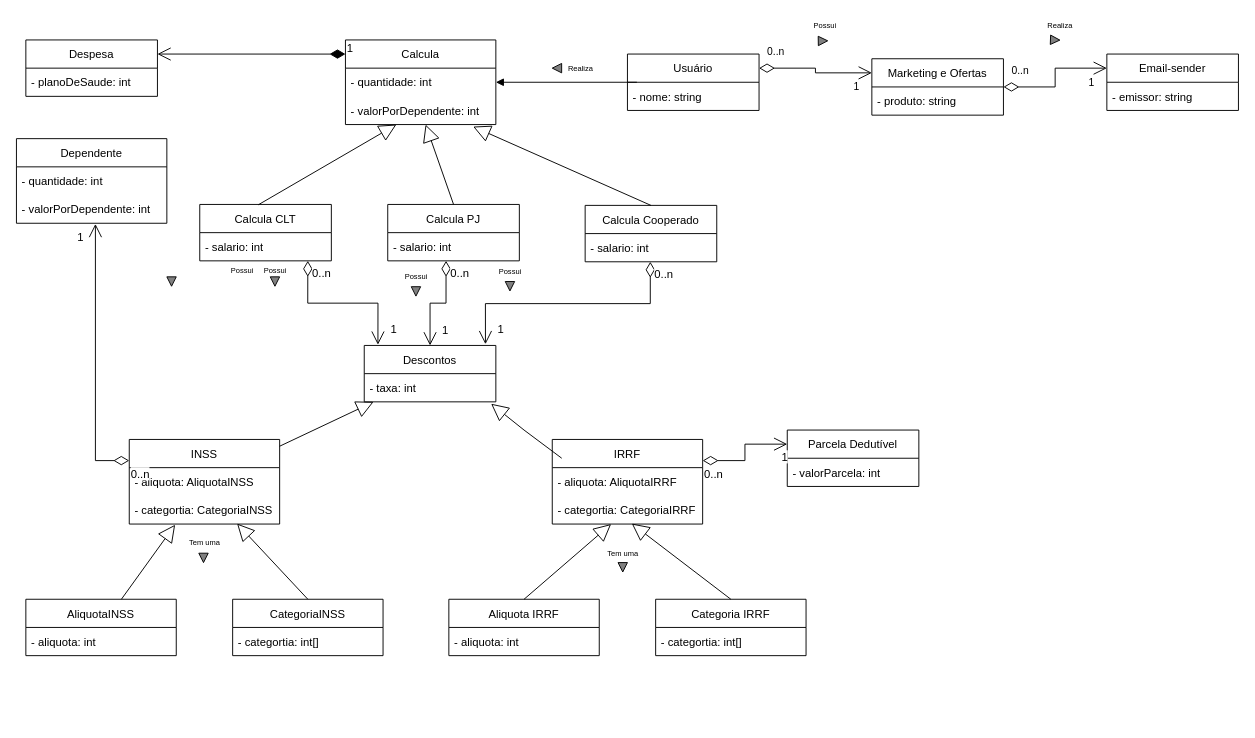
Earlier version of the draw.io diagram page "3. Modelo de Domínio" (3 of 4) of Engenharia de Software.drawio (leonardofaria00/calculador-salarial-CLT). Source tidied: cells renumbered, new cells numbered last; positions are measured from the earlier drawing's top-left corner, leaving out a move shared by most shapes. Both pictures are drawn from the tidied source at 94%, with x=0, y=0 at pixel (16, 16).
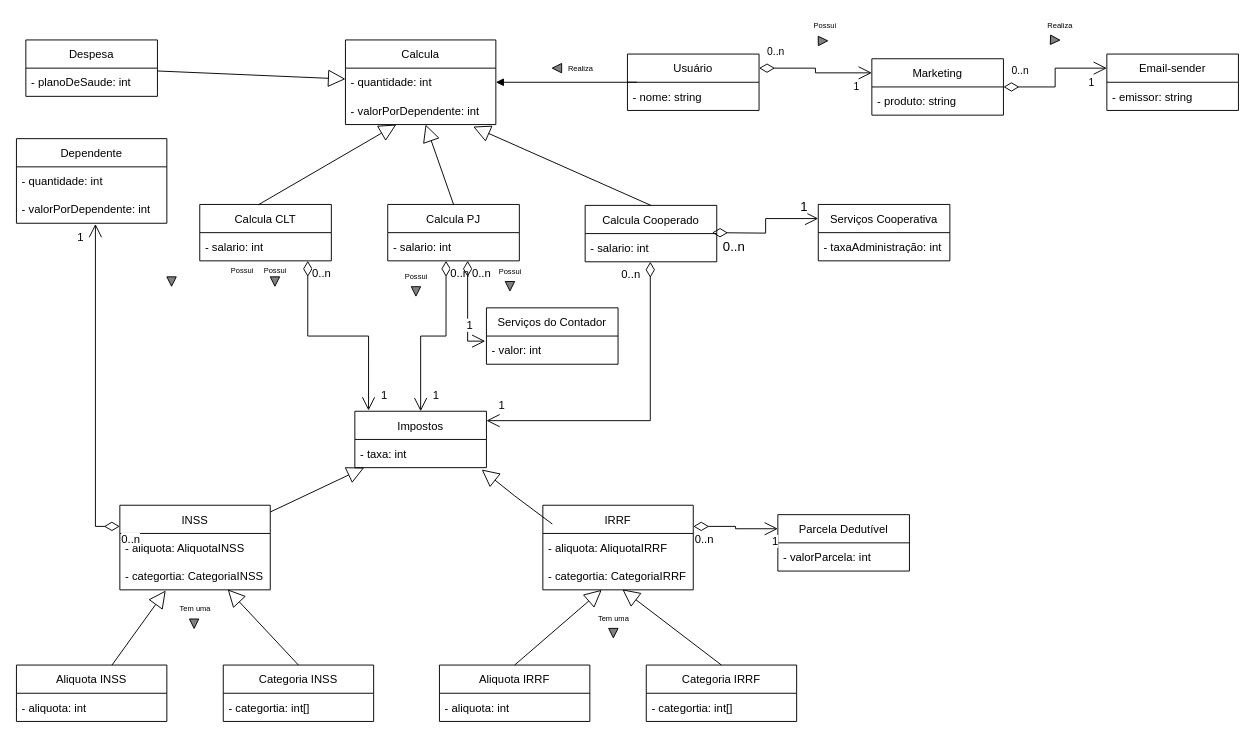
The same diagram, later.

The change refers to these unchanged cells:
```xml
<mxCell id="19" value="- salario: int" style="text;strokeColor=none;fillColor=none;align=left;verticalAlign=middle;spacingLeft=4;spacingRight=4;overflow=hidden;points=[[0,0.5],[1,0.5]];portConstraint=eastwest;" parent="18" vertex="1">
  <mxGeometry y="30" width="140" height="30" as="geometry" />
</mxCell>
<mxCell id="28" value="Despesa" style="swimlane;fontStyle=0;horizontal=1;startSize=30;" parent="1" vertex="1">
  <mxGeometry x="10" y="25" width="140" height="60" as="geometry" />
</mxCell>
<mxCell id="41" value="Calcula" style="swimlane;fontStyle=0;horizontal=1;startSize=30;" parent="1" vertex="1">
  <mxGeometry x="350" y="25" width="160" height="90" as="geometry" />
</mxCell>
<mxCell id="71" value="- salario: int" style="text;strokeColor=none;fillColor=none;align=left;verticalAlign=middle;spacingLeft=4;spacingRight=4;overflow=hidden;points=[[0,0.5],[1,0.5]];portConstraint=eastwest;" parent="70" vertex="1">
  <mxGeometry y="30" width="140" height="30" as="geometry" />
</mxCell>
<mxCell id="78" value="- taxa: int" style="text;strokeColor=none;fillColor=none;align=left;verticalAlign=middle;spacingLeft=4;spacingRight=4;overflow=hidden;points=[[0,0.5],[1,0.5]];portConstraint=eastwest;" parent="77" vertex="1">
  <mxGeometry y="30" width="140" height="30" as="geometry" />
</mxCell>
```

Change to the diagram source:
```diff
@@
     <mxCell id="2" value="INSS" style="swimlane;fontStyle=0;horizontal=1;startSize=30;" parent="1" vertex="1">
-      <mxGeometry x="120" y="450" width="160" height="90" as="geometry" />
+      <mxGeometry x="110" y="520" width="160" height="90" as="geometry" />
     </mxCell>
@@
-    <mxCell id="5" value="AliquotaINSS" style="swimlane;fontStyle=0;horizontal=1;startSize=30;" parent="1" vertex="1">
-      <mxGeometry x="10" y="620" width="160" height="60" as="geometry" />
+    <mxCell id="5" value="Aliquota INSS" style="swimlane;fontStyle=0;horizontal=1;startSize=30;" parent="1" vertex="1">
+      <mxGeometry y="690" width="160" height="60" as="geometry" />
     </mxCell>
@@
-    <mxCell id="7" value="CategoriaINSS" style="swimlane;fontStyle=0;horizontal=1;startSize=30;" parent="1" vertex="1">
-      <mxGeometry x="230" y="620" width="160" height="60" as="geometry" />
+    <mxCell id="7" value="Categoria INSS" style="swimlane;fontStyle=0;horizontal=1;startSize=30;" parent="1" vertex="1">
+      <mxGeometry x="220" y="690" width="160" height="60" as="geometry" />
     </mxCell>
@@
     <mxCell id="9" value="IRRF" style="swimlane;fontStyle=0;horizontal=1;startSize=30;" parent="1" vertex="1">
-      <mxGeometry x="570" y="450" width="160" height="90" as="geometry" />
+      <mxGeometry x="560" y="520" width="160" height="90" as="geometry" />
     </mxCell>
@@
     <mxCell id="12" value="Aliquota IRRF" style="swimlane;fontStyle=0;horizontal=1;startSize=30;" parent="1" vertex="1">
-      <mxGeometry x="460" y="620" width="160" height="60" as="geometry" />
+      <mxGeometry x="450" y="690" width="160" height="60" as="geometry" />
     </mxCell>
@@
     <mxCell id="14" value="Categoria IRRF" style="swimlane;fontStyle=0;horizontal=1;startSize=30;" parent="1" vertex="1">
-      <mxGeometry x="680" y="620" width="160" height="60" as="geometry" />
+      <mxGeometry x="670" y="690" width="160" height="60" as="geometry" />
     </mxCell>
@@
     <mxCell id="30" value="Parcela Dedutível" style="swimlane;fontStyle=0;horizontal=1;startSize=30;" parent="1" vertex="1">
-      <mxGeometry x="820" y="440" width="140" height="60" as="geometry" />
+      <mxGeometry x="810" y="530" width="140" height="60" as="geometry" />
     </mxCell>
@@
     <mxCell id="46" style="triangle;whiteSpace=wrap;html=1;fillColor=#808080;rotation=90;" parent="1" vertex="1">
-      <mxGeometry x="194" y="571" width="10" height="10" as="geometry" />
+      <mxGeometry x="184" y="641" width="10" height="10" as="geometry" />
     </mxCell>
     <mxCell id="47" value="Tem uma" style="text;html=1;align=center;verticalAlign=middle;strokeColor=none;fillColor=none;strokeWidth=0;fontSize=8;" parent="1" vertex="1">
-      <mxGeometry x="175" y="550" width="50" height="20" as="geometry" />
+      <mxGeometry x="165" y="620" width="50" height="20" as="geometry" />
     </mxCell>
@@
-    <mxCell id="52" value="1" style="endArrow=open;html=1;endSize=12;startArrow=diamondThin;startSize=14;startFill=1;edgeStyle=orthogonalEdgeStyle;align=left;verticalAlign=bottom;rounded=0;fontSize=12;entryX=1;entryY=0.25;entryDx=0;entryDy=0;exitX=0;exitY=0.167;exitDx=0;exitDy=0;exitPerimeter=0;" parent="1" edge="1" source="41" target="28">
-      <mxGeometry x="-1" y="3" relative="1" as="geometry" />
-    </mxCell>
     <mxCell id="53" value="Tem uma" style="text;html=1;align=center;verticalAlign=middle;strokeColor=none;fillColor=none;strokeWidth=0;fontSize=8;" parent="1" vertex="1">
-      <mxGeometry x="620" y="561" width="50" height="20" as="geometry" />
+      <mxGeometry x="610" y="631" width="50" height="20" as="geometry" />
     </mxCell>
     <mxCell id="54" style="triangle;whiteSpace=wrap;html=1;fillColor=#808080;rotation=90;" parent="1" vertex="1">
-      <mxGeometry x="640" y="581" width="10" height="10" as="geometry" />
+      <mxGeometry x="630" y="651" width="10" height="10" as="geometry" />
     </mxCell>
@@
-    <mxCell id="63" value="Marketing e Ofertas" style="swimlane;fontStyle=0;horizontal=1;startSize=30;" parent="1" vertex="1">
+    <mxCell id="63" value="Marketing" style="swimlane;fontStyle=0;horizontal=1;startSize=30;" parent="1" vertex="1">
       <mxGeometry x="910" y="45" width="140" height="60" as="geometry" />
     </mxCell>
@@
-    <mxCell id="77" value="Descontos" style="swimlane;fontStyle=0;horizontal=1;startSize=30;" parent="1" vertex="1">
-      <mxGeometry x="370" y="350" width="140" height="60" as="geometry" />
+    <mxCell id="77" value="Impostos" style="swimlane;fontStyle=0;horizontal=1;startSize=30;" parent="1" vertex="1">
+      <mxGeometry x="360" y="420" width="140" height="60" as="geometry" />
     </mxCell>
@@
     <mxCell id="80" style="endArrow=block;endSize=16;endFill=0;html=1;rounded=0;fontSize=12;exitX=0.063;exitY=0.222;exitDx=0;exitDy=0;exitPerimeter=0;entryX=0.964;entryY=1.067;entryDx=0;entryDy=0;entryPerimeter=0;" parent="1" edge="1" source="9" target="78">
       <mxGeometry relative="1" as="geometry">
         <Array as="points">
-          <mxPoint x="540" y="440" />
+          <mxPoint x="530" y="510" />
         </Array>
       </mxGeometry>
     </mxCell>
@@
-    <mxCell id="84" style="endArrow=open;html=1;endSize=12;startArrow=diamondThin;startSize=14;startFill=0;edgeStyle=orthogonalEdgeStyle;rounded=0;fontSize=12;exitX=0.495;exitY=1;exitDx=0;exitDy=0;exitPerimeter=0;entryX=0.921;entryY=-0.022;entryDx=0;entryDy=0;entryPerimeter=0;" parent="1" edge="1" source="71" target="77">
-      <mxGeometry x="-0.03" y="5" relative="1" as="geometry" />
+    <mxCell id="84" style="endArrow=open;html=1;endSize=12;startArrow=diamondThin;startSize=14;startFill=0;edgeStyle=orthogonalEdgeStyle;rounded=0;fontSize=12;exitX=0.495;exitY=1;exitDx=0;exitDy=0;exitPerimeter=0;" parent="1" edge="1" source="71" target="77">
+      <mxGeometry x="-0.03" y="5" relative="1" as="geometry">
+        <Array as="points">
+          <mxPoint x="674" y="430" />
+        </Array>
+      </mxGeometry>
     </mxCell>
     <mxCell id="85" value="0..n" style="edgeLabel;html=1;align=left;verticalAlign=top;fontSize=12;strokeWidth=1;fillColor=#FFFFFF;" parent="84" vertex="1">
       <mxGeometry x="-1" relative="1" as="geometry">
-        <mxPoint x="3" as="offset" />
+        <mxPoint x="-32" as="offset" />
       </mxGeometry>
     </mxCell>
@@
+    <mxCell id="90" style="endArrow=block;endSize=16;endFill=0;html=1;rounded=0;fontSize=12;" parent="1" edge="1" source="28" target="41">
+      <mxGeometry relative="1" as="geometry" />
+    </mxCell>
+    <mxCell id="91" value="Serviços do Contador" style="swimlane;fontStyle=0;horizontal=1;startSize=30;" parent="1" vertex="1">
+      <mxGeometry x="500" y="310" width="140" height="60" as="geometry" />
+    </mxCell>
+    <mxCell id="92" value="- valor: int" style="text;strokeColor=none;fillColor=none;align=left;verticalAlign=middle;spacingLeft=4;spacingRight=4;overflow=hidden;points=[[0,0.5],[1,0.5]];portConstraint=eastwest;" parent="91" vertex="1">
+      <mxGeometry y="30" width="140" height="30" as="geometry" />
+    </mxCell>
+    <mxCell id="93" style="endArrow=open;html=1;endSize=12;startArrow=diamondThin;startSize=14;startFill=0;edgeStyle=orthogonalEdgeStyle;rounded=0;fontSize=12;exitX=0.607;exitY=1;exitDx=0;exitDy=0;exitPerimeter=0;entryX=-0.009;entryY=0.18;entryDx=0;entryDy=0;entryPerimeter=0;" parent="1" edge="1" source="19" target="92">
+      <mxGeometry x="-0.03" y="5" relative="1" as="geometry" />
+    </mxCell>
+    <mxCell id="94" value="0..n" style="edgeLabel;html=1;align=left;verticalAlign=top;fontSize=12;strokeWidth=1;fillColor=#FFFFFF;" parent="93" vertex="1">
+      <mxGeometry x="-1" relative="1" as="geometry">
+        <mxPoint x="3" as="offset" />
+      </mxGeometry>
+    </mxCell>
+    <mxCell id="95" value="1" style="edgeLabel;html=1;align=right;verticalAlign=top;fontSize=12;strokeWidth=1;fillColor=#FFFFFF;" parent="93" vertex="1">
+      <mxGeometry x="1" relative="1" as="geometry">
+        <mxPoint x="-13" y="-30" as="offset" />
+      </mxGeometry>
+    </mxCell>
+    <mxCell id="96" value="Serviços Cooperativa" style="swimlane;fontStyle=0;horizontal=1;startSize=30;" parent="1" vertex="1">
+      <mxGeometry x="853" y="200" width="140" height="60" as="geometry" />
+    </mxCell>
+    <mxCell id="97" value="- taxaAdministração: int" style="text;strokeColor=none;fillColor=none;align=left;verticalAlign=middle;spacingLeft=4;spacingRight=4;overflow=hidden;" parent="96" vertex="1">
+      <mxGeometry y="30" width="140" height="30" as="geometry" />
+    </mxCell>
+    <mxCell id="98" style="endArrow=open;html=1;endSize=12;startArrow=diamondThin;startSize=14;startFill=0;edgeStyle=orthogonalEdgeStyle;rounded=0;fontSize=14;entryX=0;entryY=0.25;entryDx=0;entryDy=0;" parent="1" edge="1" target="96">
+      <mxGeometry x="0.05" y="19" relative="1" as="geometry">
+        <mxPoint x="740" y="230" as="sourcePoint" />
+      </mxGeometry>
+    </mxCell>
+    <mxCell id="99" value="0..n" style="edgeLabel;html=1;align=left;verticalAlign=top;fontSize=14;strokeWidth=1;fillColor=#FFFFFF;" parent="98" vertex="1">
+      <mxGeometry x="-1" relative="1" as="geometry">
+        <mxPoint x="10" as="offset" />
+      </mxGeometry>
+    </mxCell>
+    <mxCell id="100" value="1" style="edgeLabel;html=1;align=right;verticalAlign=top;fontSize=14;strokeWidth=1;fillColor=#FFFFFF;" parent="98" vertex="1">
+      <mxGeometry x="1" relative="1" as="geometry">
+        <mxPoint x="-11" y="-28" as="offset" />
+      </mxGeometry>
+    </mxCell>
```
